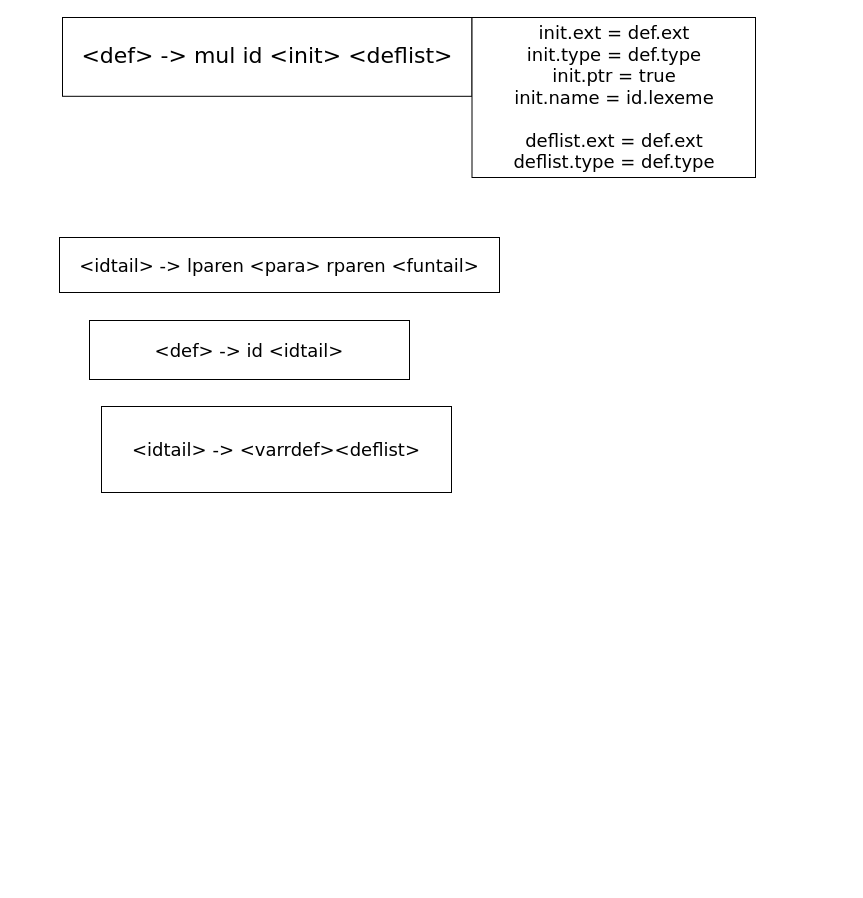
Earlier version of the draw.io diagram cal.drawio (jujubos/drawio). Source tidied: cells renumbered, new cells numbered last; positions are measured from the earlier drawing's top-left corner, leaving out a move shared by most shapes. Both pictures are drawn from the tidied source at 100%, with x=0, y=0 at pixel (59, 17).
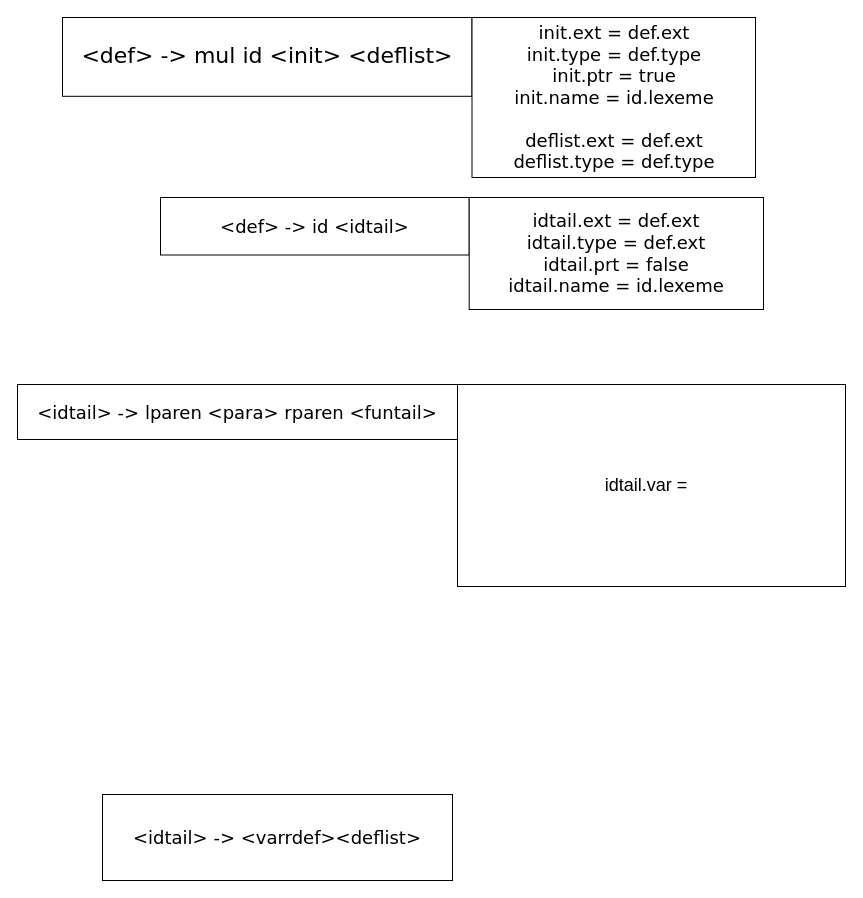
Above is the later version.

The edit, as a diff of the source:
```diff
@@
 <mxGraphModel>
   <root>
     <mxCell id="0" />
     <mxCell id="1" parent="0" />
-    <mxCell id="2" value="&lt;span style=&quot;color: rgb(0, 0, 0); font-family: Verdana; font-size: 18px; font-style: normal; font-variant-ligatures: normal; font-variant-caps: normal; font-weight: 400; letter-spacing: normal; orphans: 2; text-align: center; text-indent: 0px; text-transform: none; widows: 2; word-spacing: 0px; -webkit-text-stroke-width: 0px; background-color: rgb(255, 255, 255); text-decoration-thickness: initial; text-decoration-style: initial; text-decoration-color: initial; float: none; display: inline !important;&quot;&gt;&amp;lt;def&amp;gt; -&amp;gt; id &amp;lt;idtail&amp;gt;&lt;/span&gt;" style="rounded=0;whiteSpace=wrap;html=1;" parent="1" vertex="1">
-      <mxGeometry x="30" y="303" width="320" height="59" as="geometry" />
-    </mxCell>
     <mxCell id="3" value="&lt;span style=&quot;color: rgb(0, 0, 0); font-family: Verdana; font-size: 18px; font-style: normal; font-variant-ligatures: normal; font-variant-caps: normal; font-weight: 400; letter-spacing: normal; orphans: 2; text-align: center; text-indent: 0px; text-transform: none; widows: 2; word-spacing: 0px; -webkit-text-stroke-width: 0px; background-color: rgb(255, 255, 255); text-decoration-thickness: initial; text-decoration-style: initial; text-decoration-color: initial; float: none; display: inline !important;&quot;&gt;&amp;lt;idtail&amp;gt; -&amp;gt;&lt;/span&gt;&lt;span style=&quot;border-color: var(--border-color); color: rgb(0, 0, 0); font-family: Verdana; font-size: 18px; font-style: normal; font-variant-ligatures: normal; font-variant-caps: normal; font-weight: 400; letter-spacing: normal; orphans: 2; text-align: center; text-indent: 0px; text-transform: none; widows: 2; word-spacing: 0px; -webkit-text-stroke-width: 0px; background-color: rgb(255, 255, 255); text-decoration-thickness: initial; text-decoration-style: initial; text-decoration-color: initial;&quot;&gt;&lt;span&gt;&amp;nbsp;&lt;/span&gt;&lt;/span&gt;&lt;span style=&quot;color: rgb(0, 0, 0); font-family: Verdana; font-size: 18px; font-style: normal; font-variant-ligatures: normal; font-variant-caps: normal; font-weight: 400; letter-spacing: normal; orphans: 2; text-align: center; text-indent: 0px; text-transform: none; widows: 2; word-spacing: 0px; -webkit-text-stroke-width: 0px; background-color: rgb(255, 255, 255); text-decoration-thickness: initial; text-decoration-style: initial; text-decoration-color: initial; float: none; display: inline !important;&quot;&gt;&amp;lt;varrdef&amp;gt;&amp;lt;deflist&amp;gt;&lt;/span&gt;" style="rounded=0;whiteSpace=wrap;html=1;" parent="1" vertex="1">
-      <mxGeometry x="42" y="389" width="350" height="86" as="geometry" />
+      <mxGeometry x="43" y="777" width="350" height="86" as="geometry" />
     </mxCell>
     <mxCell id="4" value="&lt;span style=&quot;color: rgb(0, 0, 0); font-family: Verdana; font-size: 18px; font-style: normal; font-variant-ligatures: normal; font-variant-caps: normal; font-weight: 400; letter-spacing: normal; orphans: 2; text-align: center; text-indent: 0px; text-transform: none; widows: 2; word-spacing: 0px; -webkit-text-stroke-width: 0px; background-color: rgb(255, 255, 255); text-decoration-thickness: initial; text-decoration-style: initial; text-decoration-color: initial; float: none; display: inline !important;&quot;&gt;&amp;lt;idtail&amp;gt; -&amp;gt; lparen &amp;lt;para&amp;gt; rparen &amp;lt;funtail&amp;gt;&lt;/span&gt;" style="rounded=0;whiteSpace=wrap;html=1;" parent="1" vertex="1">
-      <mxGeometry y="220" width="440" height="55" as="geometry" />
+      <mxGeometry x="-42" y="367" width="440" height="55" as="geometry" />
     </mxCell>
     <mxCell id="5" style="group;" parent="1" vertex="1">
       <mxGeometry x="3" width="693" height="160" as="geometry" />
     </mxCell>
     <mxCell id="6" value="&lt;font face=&quot;Verdana&quot; style=&quot;font-size: 22px;&quot;&gt;&amp;lt;def&amp;gt; -&amp;gt;&lt;span style=&quot;border-color: var(--border-color);&quot;&gt;&amp;nbsp;&lt;/span&gt;mul id &amp;lt;init&amp;gt; &amp;lt;deflist&amp;gt;&lt;br style=&quot;border-color: var(--border-color);&quot;&gt;&lt;/font&gt;" style="rounded=0;whiteSpace=wrap;html=1;" parent="5" vertex="1">
       <mxGeometry width="409.5" height="78.8" as="geometry" />
     </mxCell>
     <mxCell id="7" value="init.ext = def.ext&lt;br&gt;init.type = def.type&lt;br&gt;init.ptr = true&lt;br&gt;init.name = id.lexeme&lt;br&gt;&lt;br&gt;deflist.ext = def.ext&lt;br&gt;deflist.type = def.type" style="rounded=0;whiteSpace=wrap;html=1;fontSize=18;fontFamily=Verdana;" parent="5" vertex="1">
       <mxGeometry x="409.5" width="283.5" height="160" as="geometry" />
     </mxCell>
+    <mxCell id="8" style="group;" parent="1" vertex="1">
+      <mxGeometry x="101" y="180" width="603" height="112" as="geometry" />
+    </mxCell>
+    <mxCell id="2" value="&lt;span style=&quot;color: rgb(0, 0, 0); font-family: Verdana; font-size: 18px; font-style: normal; font-variant-ligatures: normal; font-variant-caps: normal; font-weight: 400; letter-spacing: normal; orphans: 2; text-align: center; text-indent: 0px; text-transform: none; widows: 2; word-spacing: 0px; -webkit-text-stroke-width: 0px; background-color: rgb(255, 255, 255); text-decoration-thickness: initial; text-decoration-style: initial; text-decoration-color: initial; float: none; display: inline !important;&quot;&gt;&amp;lt;def&amp;gt; -&amp;gt; id &amp;lt;idtail&amp;gt;&lt;/span&gt;" style="rounded=0;whiteSpace=wrap;html=1;" parent="8" vertex="1">
+      <mxGeometry width="308.7" height="57.5" as="geometry" />
+    </mxCell>
+    <mxCell id="9" value="&lt;font face=&quot;Verdana&quot;&gt;&lt;span style=&quot;font-size: 18px;&quot;&gt;idtail.ext = def.ext&lt;br&gt;idtail.type = def.ext&lt;br&gt;idtail.prt = false&lt;br&gt;idtail.name = id.lexeme&lt;br&gt;&lt;/span&gt;&lt;/font&gt;" style="rounded=0;whiteSpace=wrap;html=1;" parent="8" vertex="1">
+      <mxGeometry x="308.7" width="294.3" height="112" as="geometry" />
+    </mxCell>
+    <mxCell id="10" value="idtail.var =&amp;nbsp;&amp;nbsp;" style="rounded=0;whiteSpace=wrap;html=1;fontSize=18;" parent="1" vertex="1">
+      <mxGeometry x="398" y="367" width="388" height="202" as="geometry" />
+    </mxCell>
   </root>
 </mxGraphModel>
```
